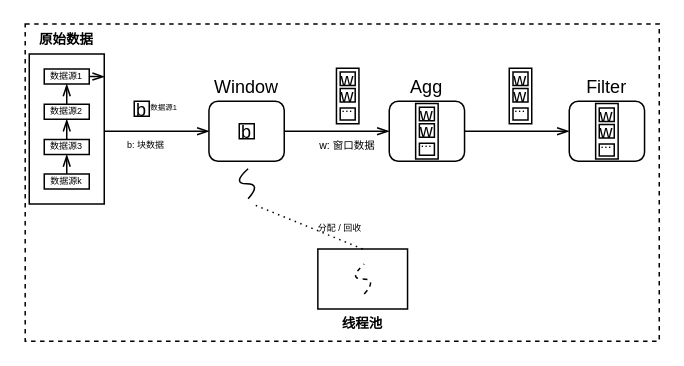
LLThomas/LLThomas keeps this draw.io diagram as 未命名绘图.drawio. Above is the earlier version. Source tidied: cells renumbered, new cells numbered last; positions are measured from the earlier drawing's top-left corner, leaving out a move shared by most shapes. Both pictures are drawn from the tidied source at 150%, with x=0, y=0 at pixel (24, 22).
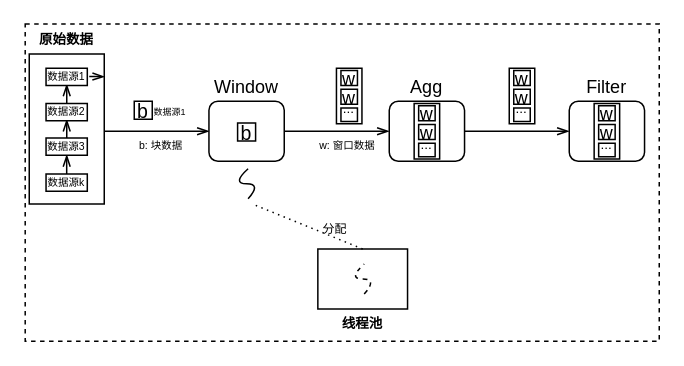
After the change.

Commit message:
更新未命名绘图.drawio

The change refers to these unchanged cells:
```xml
<mxCell id="3" style="rounded=0;fontSize=10;strokeWidth=1;" parent="1" vertex="1">
  <mxGeometry x="3" y="20.5" width="50" height="100" as="geometry" />
</mxCell>
```

What changed in the source:
```diff
@@
-    <mxCell id="4" value="数据源1" style="rounded=0;fontSize=6;strokeWidth=1;" parent="1" vertex="1">
-      <mxGeometry x="13" y="30.5" width="30" height="10" as="geometry" />
-    </mxCell>
-    <mxCell id="5" value="数据源2" style="rounded=0;fontSize=6;strokeWidth=1;" parent="1" vertex="1">
-      <mxGeometry x="13" y="54" width="30" height="10" as="geometry" />
-    </mxCell>
-    <mxCell id="6" value="数据源k" style="rounded=0;fontSize=6;strokeWidth=1;" parent="1" vertex="1">
-      <mxGeometry x="13" y="100.5" width="30" height="10" as="geometry" />
+    <mxCell id="6" value="数据源k" style="rounded=0;fontSize=7;strokeWidth=1;" parent="1" vertex="1">
+      <mxGeometry x="14.2" y="100.5" width="27.5" height="11.5" as="geometry" />
     </mxCell>
@@
-    <mxCell id="8" value="数据源3" style="rounded=0;fontSize=6;strokeWidth=1;" parent="1" vertex="1">
-      <mxGeometry x="13" y="77.5" width="30" height="10" as="geometry" />
-    </mxCell>
@@
-    <mxCell id="16" value="b" style="rounded=0;" parent="1" vertex="1">
-      <mxGeometry x="73" y="52" width="10" height="10" as="geometry" />
+    <mxCell id="16" value="b" style="rounded=0;fontSize=13;" parent="1" vertex="1">
+      <mxGeometry x="73" y="52" width="12" height="12" as="geometry" />
     </mxCell>
-    <mxCell id="17" value="数据源1" style="text;strokeColor=none;fillColor=none;align=center;verticalAlign=middle;rounded=0;fontSize=5;" parent="1" vertex="1">
-      <mxGeometry x="83" y="52" width="20" height="10" as="geometry" />
+    <mxCell id="17" value="数据源1" style="text;strokeColor=none;fillColor=none;align=center;verticalAlign=middle;rounded=0;fontSize=6;" parent="1" vertex="1">
+      <mxGeometry x="85" y="54.5" width="24" height="10" as="geometry" />
     </mxCell>
@@
-    <mxCell id="25" value="分配 / 回收" style="text;strokeColor=none;fillColor=none;align=center;verticalAlign=middle;rounded=0;fontSize=6;" parent="1" vertex="1">
-      <mxGeometry x="195.4" y="132" width="30" height="10" as="geometry" />
+    <mxCell id="25" value="分配 " style="text;strokeColor=none;fillColor=none;align=center;verticalAlign=middle;rounded=0;fontSize=8;" parent="1" vertex="1">
+      <mxGeometry x="195.4" y="132" width="25.3" height="10" as="geometry" />
     </mxCell>
-    <mxCell id="26" value="b" style="rounded=0;" parent="1" vertex="1">
-      <mxGeometry x="143" y="67" width="10" height="10" as="geometry" />
-    </mxCell>
-    <mxCell id="27" style="rounded=0;fontSize=5;" parent="1" vertex="1">
-      <mxGeometry x="260.6" y="53.5" width="15" height="37" as="geometry" />
-    </mxCell>
     <mxCell id="28" style="rounded=0;fontSize=5;" parent="1" vertex="1">
-      <mxGeometry x="207.8" y="30" width="15" height="37" as="geometry" />
+      <mxGeometry x="207.8" y="30" width="17" height="37" as="geometry" />
     </mxCell>
     <mxCell id="29" value="w" style="rounded=0;" parent="1" vertex="1">
-      <mxGeometry x="210.3" y="32.5" width="10" height="9" as="geometry" />
+      <mxGeometry x="210.8" y="31.5" width="11" height="10" as="geometry" />
     </mxCell>
     <mxCell id="30" value="w" style="rounded=0;" parent="1" vertex="1">
-      <mxGeometry x="210.3" y="43.5" width="10" height="9" as="geometry" />
+      <mxGeometry x="210.8" y="44" width="11" height="10" as="geometry" />
     </mxCell>
     <mxCell id="31" value="..." style="rounded=0;fontSize=9;verticalAlign=bottom;" parent="1" vertex="1">
-      <mxGeometry x="210.3" y="56.5" width="10" height="8" as="geometry" />
+      <mxGeometry x="210.8" y="56.5" width="11" height="9" as="geometry" />
     </mxCell>
-    <mxCell id="32" style="rounded=0;fontSize=5;" parent="1" vertex="1">
-      <mxGeometry x="323" y="30" width="15" height="37" as="geometry" />
-    </mxCell>
-    <mxCell id="33" style="rounded=0;fontSize=5;" parent="1" vertex="1">
-      <mxGeometry x="380.6" y="53.5" width="15" height="37" as="geometry" />
-    </mxCell>
-    <mxCell id="34" style="endArrow=openThin;rounded=0;fontSize=5;strokeWidth=1;endFill=0;exitX=0.5;exitY=0;exitDx=0;exitDy=0;entryX=0.5;entryY=1;entryDx=0;entryDy=0;" parent="1" edge="1" source="6" target="8">
-      <mxGeometry relative="1" as="geometry" />
+    <mxCell id="34" style="endArrow=openThin;rounded=0;fontSize=5;strokeWidth=1;endFill=0;exitX=0.5;exitY=0;exitDx=0;exitDy=0;entryX=0.5;entryY=1;entryDx=0;entryDy=0;" parent="1" edge="1" source="6">
+      <mxGeometry relative="1" as="geometry">
+        <mxPoint x="28" y="87.5" as="targetPoint" />
+      </mxGeometry>
     </mxCell>
-    <mxCell id="35" style="endArrow=openThin;rounded=0;fontSize=5;strokeWidth=1;endFill=0;entryX=0.5;entryY=1;entryDx=0;entryDy=0;exitX=0.5;exitY=0;exitDx=0;exitDy=0;" parent="1" edge="1" source="8" target="5">
-      <mxGeometry relative="1" as="geometry" />
+    <mxCell id="35" style="endArrow=openThin;rounded=0;fontSize=5;strokeWidth=1;endFill=0;entryX=0.5;entryY=1;entryDx=0;entryDy=0;exitX=0.5;exitY=0;exitDx=0;exitDy=0;" parent="1" edge="1">
+      <mxGeometry relative="1" as="geometry">
+        <mxPoint x="28" y="77.5" as="sourcePoint" />
+        <mxPoint x="28" y="64" as="targetPoint" />
+      </mxGeometry>
     </mxCell>
-    <mxCell id="36" style="endArrow=openThin;rounded=0;fontSize=5;strokeWidth=1;endFill=0;exitX=0.5;exitY=0;exitDx=0;exitDy=0;" parent="1" edge="1" source="5">
+    <mxCell id="36" style="endArrow=openThin;rounded=0;fontSize=5;strokeWidth=1;endFill=0;exitX=0.5;exitY=0;exitDx=0;exitDy=0;" parent="1" edge="1">
       <mxGeometry relative="1" as="geometry">
+        <mxPoint x="28" y="54" as="sourcePoint" />
         <mxPoint x="28" y="40.5" as="targetPoint" />
       </mxGeometry>
     </mxCell>
-    <mxCell id="37" style="endArrow=openThin;rounded=0;fontSize=5;strokeWidth=1;endFill=0;exitX=1;exitY=0.5;exitDx=0;exitDy=0;entryX=1.004;entryY=0.151;entryDx=0;entryDy=0;entryPerimeter=0;" parent="1" edge="1" source="4" target="3">
-      <mxGeometry relative="1" as="geometry" />
+    <mxCell id="37" style="endArrow=openThin;rounded=0;fontSize=5;strokeWidth=1;endFill=0;exitX=1;exitY=0.5;exitDx=0;exitDy=0;entryX=1.004;entryY=0.151;entryDx=0;entryDy=0;entryPerimeter=0;" parent="1" edge="1" target="3">
+      <mxGeometry relative="1" as="geometry">
+        <mxPoint x="43" y="35.5" as="sourcePoint" />
+      </mxGeometry>
     </mxCell>
-    <mxCell id="38" value="b: 块数据" style="text;strokeColor=none;fillColor=none;align=center;verticalAlign=middle;rounded=0;sketch=0;fontSize=6;" parent="1" vertex="1">
-      <mxGeometry x="59.1" y="72.8" width="43.9" height="17.8" as="geometry" />
+    <mxCell id="38" value="b: 块数据" style="text;strokeColor=none;fillColor=none;align=center;verticalAlign=middle;rounded=0;sketch=0;fontSize=7;" parent="1" vertex="1">
+      <mxGeometry x="69.1" y="72.8" width="43.9" height="17.8" as="geometry" />
     </mxCell>
@@
-    <mxCell id="40" value="w" style="rounded=0;" parent="1" vertex="1">
-      <mxGeometry x="325.5" y="32.5" width="10" height="9" as="geometry" />
-    </mxCell>
-    <mxCell id="41" value="w" style="rounded=0;" parent="1" vertex="1">
-      <mxGeometry x="325.5" y="43.5" width="10" height="9" as="geometry" />
-    </mxCell>
-    <mxCell id="42" value="..." style="rounded=0;fontSize=9;verticalAlign=bottom;" parent="1" vertex="1">
-      <mxGeometry x="325.5" y="56.5" width="10" height="8" as="geometry" />
-    </mxCell>
-    <mxCell id="43" value="w" style="rounded=0;" parent="1" vertex="1">
-      <mxGeometry x="263.1" y="56" width="10" height="9" as="geometry" />
-    </mxCell>
-    <mxCell id="44" value="w" style="rounded=0;" parent="1" vertex="1">
-      <mxGeometry x="263.1" y="67" width="10" height="9" as="geometry" />
-    </mxCell>
-    <mxCell id="45" value="..." style="rounded=0;fontSize=9;verticalAlign=bottom;" parent="1" vertex="1">
-      <mxGeometry x="263.1" y="80" width="10" height="8" as="geometry" />
-    </mxCell>
-    <mxCell id="46" value="w" style="rounded=0;" parent="1" vertex="1">
-      <mxGeometry x="383" y="56.5" width="10" height="9" as="geometry" />
-    </mxCell>
-    <mxCell id="47" value="w" style="rounded=0;" parent="1" vertex="1">
-      <mxGeometry x="383" y="67.5" width="10" height="9" as="geometry" />
-    </mxCell>
-    <mxCell id="48" value="..." style="rounded=0;fontSize=9;verticalAlign=bottom;" parent="1" vertex="1">
-      <mxGeometry x="383" y="80.5" width="10" height="8" as="geometry" />
-    </mxCell>
+    <mxCell id="8" value="数据源3" style="rounded=0;fontSize=7;strokeWidth=1;" parent="1" vertex="1">
+      <mxGeometry x="14.2" y="76.5" width="27.5" height="11.5" as="geometry" />
+    </mxCell>
+    <mxCell id="5" value="数据源2" style="rounded=0;fontSize=7;strokeWidth=1;" parent="1" vertex="1">
+      <mxGeometry x="14.2" y="53.5" width="27.5" height="11.5" as="geometry" />
+    </mxCell>
+    <mxCell id="4" value="数据源1" style="rounded=0;fontSize=7;strokeWidth=1;" parent="1" vertex="1">
+      <mxGeometry x="14.2" y="30" width="27.5" height="11.5" as="geometry" />
+    </mxCell>
+    <mxCell id="49" style="rounded=0;fontSize=5;" parent="1" vertex="1">
+      <mxGeometry x="259.6" y="53.5" width="17" height="37" as="geometry" />
+    </mxCell>
+    <mxCell id="50" value="w" style="rounded=0;" parent="1" vertex="1">
+      <mxGeometry x="262.6" y="55" width="11" height="10" as="geometry" />
+    </mxCell>
+    <mxCell id="51" value="w" style="rounded=0;" parent="1" vertex="1">
+      <mxGeometry x="262.6" y="67.5" width="11" height="10" as="geometry" />
+    </mxCell>
+    <mxCell id="52" value="..." style="rounded=0;fontSize=9;verticalAlign=bottom;" parent="1" vertex="1">
+      <mxGeometry x="262.6" y="80" width="11" height="9" as="geometry" />
+    </mxCell>
+    <mxCell id="53" style="rounded=0;fontSize=5;" parent="1" vertex="1">
+      <mxGeometry x="323" y="30" width="17" height="37" as="geometry" />
+    </mxCell>
+    <mxCell id="54" value="w" style="rounded=0;" parent="1" vertex="1">
+      <mxGeometry x="326" y="31.5" width="11" height="10" as="geometry" />
+    </mxCell>
+    <mxCell id="55" value="w" style="rounded=0;" parent="1" vertex="1">
+      <mxGeometry x="326" y="44" width="11" height="10" as="geometry" />
+    </mxCell>
+    <mxCell id="56" value="..." style="rounded=0;fontSize=9;verticalAlign=bottom;" parent="1" vertex="1">
+      <mxGeometry x="326" y="56.5" width="11" height="9" as="geometry" />
+    </mxCell>
+    <mxCell id="57" style="rounded=0;fontSize=5;" parent="1" vertex="1">
+      <mxGeometry x="379.6" y="53.5" width="17" height="37" as="geometry" />
+    </mxCell>
+    <mxCell id="58" value="w" style="rounded=0;" parent="1" vertex="1">
+      <mxGeometry x="382.6" y="55" width="11" height="10" as="geometry" />
+    </mxCell>
+    <mxCell id="59" value="w" style="rounded=0;" parent="1" vertex="1">
+      <mxGeometry x="382.6" y="67.5" width="11" height="10" as="geometry" />
+    </mxCell>
+    <mxCell id="60" value="..." style="rounded=0;fontSize=9;verticalAlign=bottom;" parent="1" vertex="1">
+      <mxGeometry x="382.6" y="80" width="11" height="9" as="geometry" />
+    </mxCell>
+    <mxCell id="26" value="b" style="rounded=0;fontSize=13;" parent="1" vertex="1">
+      <mxGeometry x="141.9" y="66.5" width="12" height="12" as="geometry" />
+    </mxCell>
```
